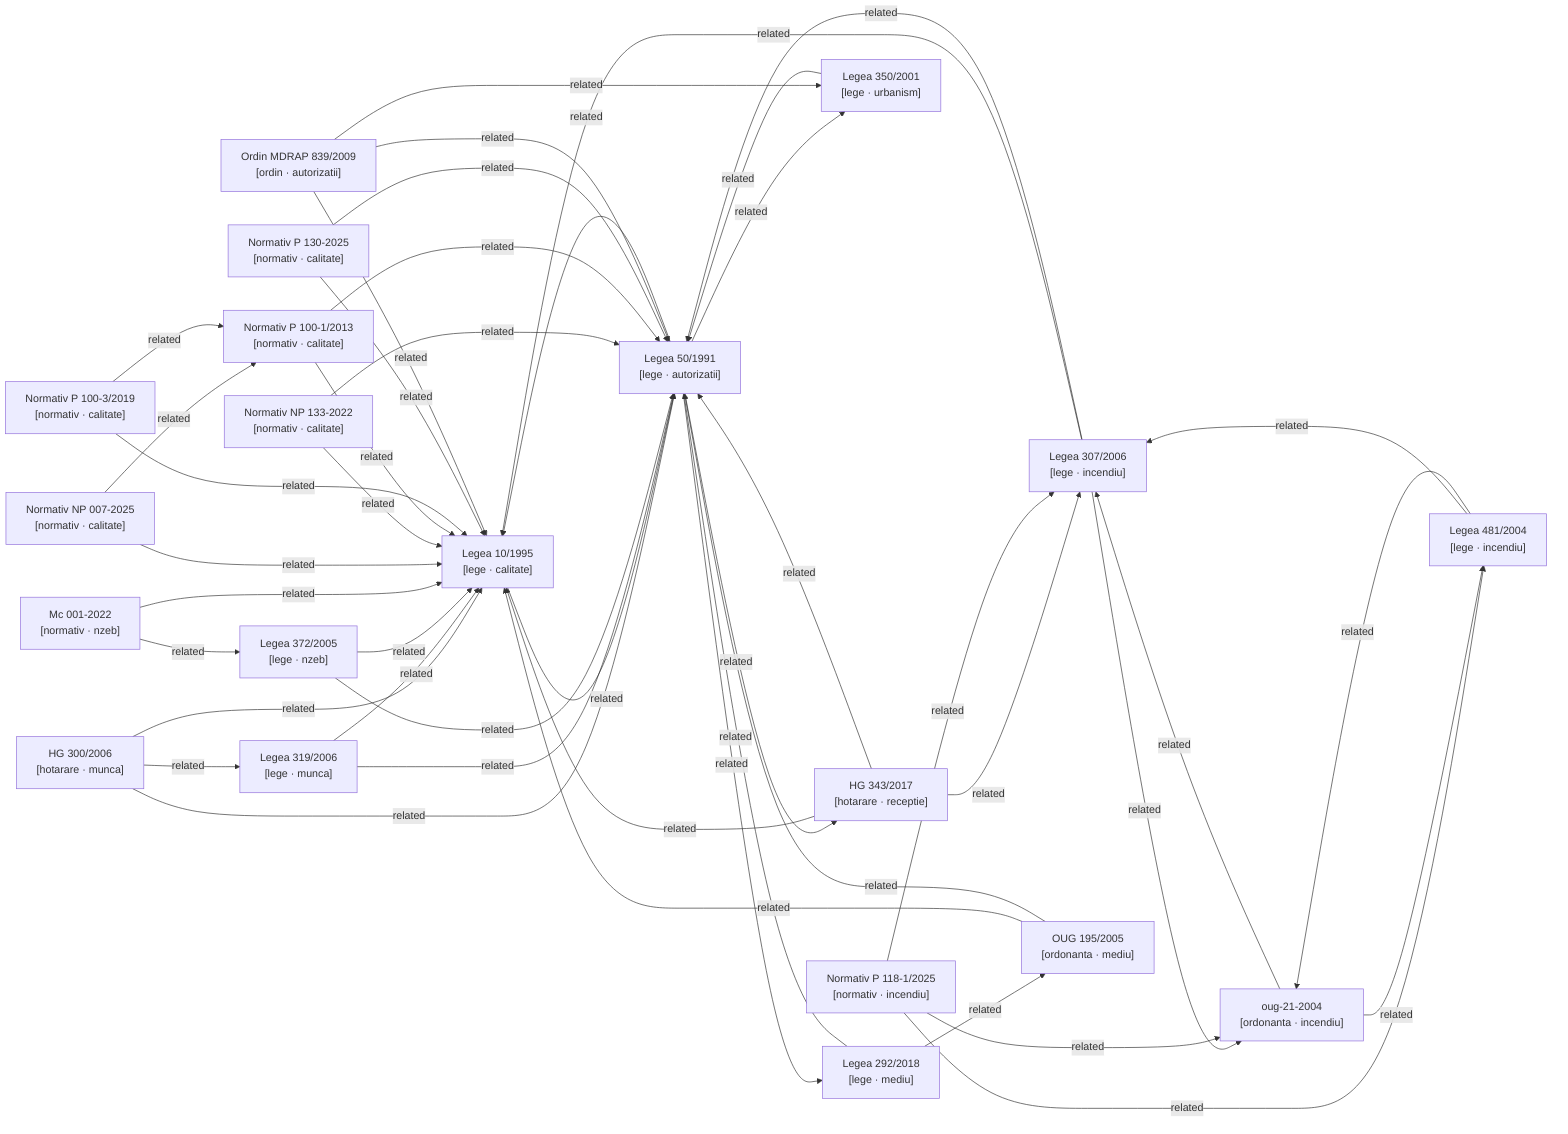
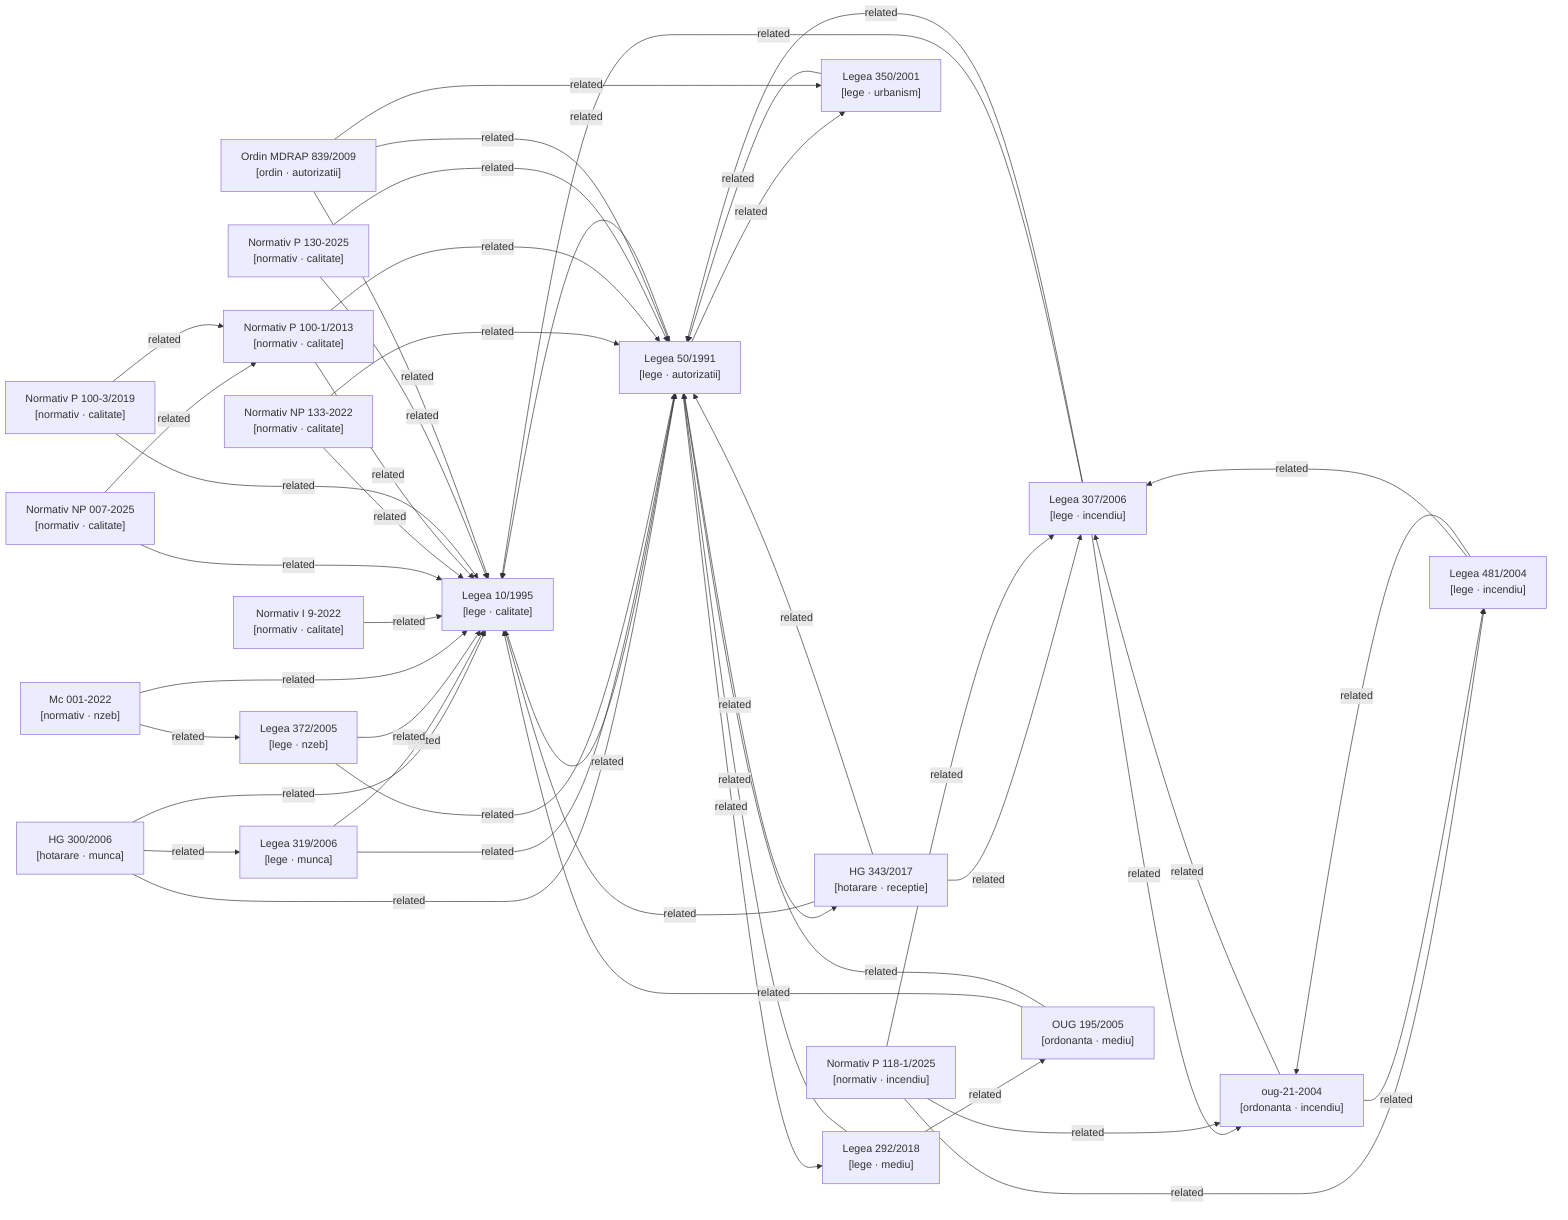
graph LR

  %% Nodes
  hg-300-2006["HG 300/2006\n[hotarare · munca]"]
  hg-343-2017["HG 343/2017\n[hotarare · receptie]"]
  lege-10-1995["Legea 10/1995\n[lege · calitate]"]
  lege-292-2018["Legea 292/2018\n[lege · mediu]"]
  lege-307-2006["Legea 307/2006\n[lege · incendiu]"]
  lege-319-2006["Legea 319/2006\n[lege · munca]"]
  lege-350-2001["Legea 350/2001\n[lege · urbanism]"]
  lege-372-2005["Legea 372/2005\n[lege · nzeb]"]
  lege-481-2004["Legea 481/2004\n[lege · incendiu]"]
  lege-50-1991["Legea 50/1991\n[lege · autorizatii]"]
  metodologie-mc001-2022["Mc 001-2022\n[normativ · nzeb]"]
+   normativ-i9-2022["Normativ I 9-2022\n[normativ · calitate]"]
  normativ-np007-2025["Normativ NP 007-2025\n[normativ · calitate]"]
  normativ-np133-2022["Normativ NP 133-2022\n[normativ · calitate]"]
  normativ-p100-1-2013["Normativ P 100-1/2013\n[normativ · calitate]"]
  normativ-p100-3-2019["Normativ P 100-3/2019\n[normativ · calitate]"]
  normativ-p118-1-2025["Normativ P 118-1/2025\n[normativ · incendiu]"]
  normativ-p130-2025["Normativ P 130-2025\n[normativ · calitate]"]
  ordin-839-2009["Ordin MDRAP 839/2009\n[ordin · autorizatii]"]
  oug-195-2005["OUG 195/2005\n[ordonanta · mediu]"]
  oug-21-2004["oug-21-2004\n[ordonanta · incendiu]"]

  %% Confirmed relationships (from metadata related_acts)
  hg-300-2006 -->|related| lege-10-1995
  hg-300-2006 -->|related| lege-319-2006
  hg-300-2006 -->|related| lege-50-1991
  hg-343-2017 -->|related| lege-10-1995
  hg-343-2017 -->|related| lege-307-2006
  hg-343-2017 -->|related| lege-50-1991
  lege-10-1995 -->|related| lege-50-1991
  lege-292-2018 -->|related| lege-50-1991
  lege-292-2018 -->|related| oug-195-2005
  lege-307-2006 -->|related| lege-10-1995
  lege-307-2006 -->|related| lege-50-1991
  lege-307-2006 -->|related| oug-21-2004
  lege-319-2006 -->|related| lege-10-1995
  lege-319-2006 -->|related| lege-50-1991
  lege-350-2001 -->|related| lege-50-1991
  lege-372-2005 -->|related| lege-10-1995
  lege-372-2005 -->|related| lege-50-1991
  lege-481-2004 -->|related| lege-307-2006
  lege-481-2004 -->|related| oug-21-2004
  lege-50-1991 -->|related| hg-343-2017
  lege-50-1991 -->|related| lege-10-1995
  lege-50-1991 -->|related| lege-292-2018
  lege-50-1991 -->|related| lege-350-2001
  metodologie-mc001-2022 -->|related| lege-10-1995
  metodologie-mc001-2022 -->|related| lege-372-2005
+   normativ-i9-2022 -->|related| lege-10-1995
  normativ-np007-2025 -->|related| lege-10-1995
  normativ-np007-2025 -->|related| normativ-p100-1-2013
  normativ-np133-2022 -->|related| lege-10-1995
  normativ-np133-2022 -->|related| lege-50-1991
  normativ-p100-1-2013 -->|related| lege-10-1995
  normativ-p100-1-2013 -->|related| lege-50-1991
  normativ-p100-3-2019 -->|related| lege-10-1995
  normativ-p100-3-2019 -->|related| normativ-p100-1-2013
  normativ-p118-1-2025 -->|related| lege-307-2006
  normativ-p118-1-2025 -->|related| lege-481-2004
  normativ-p118-1-2025 -->|related| oug-21-2004
  normativ-p130-2025 -->|related| lege-10-1995
  normativ-p130-2025 -->|related| lege-50-1991
  ordin-839-2009 -->|related| lege-10-1995
  ordin-839-2009 -->|related| lege-350-2001
  ordin-839-2009 -->|related| lege-50-1991
  oug-195-2005 -->|related| lege-10-1995
  oug-195-2005 -->|related| lege-50-1991
  oug-21-2004 -->|related| lege-307-2006
  oug-21-2004 -->|related| lege-481-2004

  %% Auto-detected relationships (needs_review)
